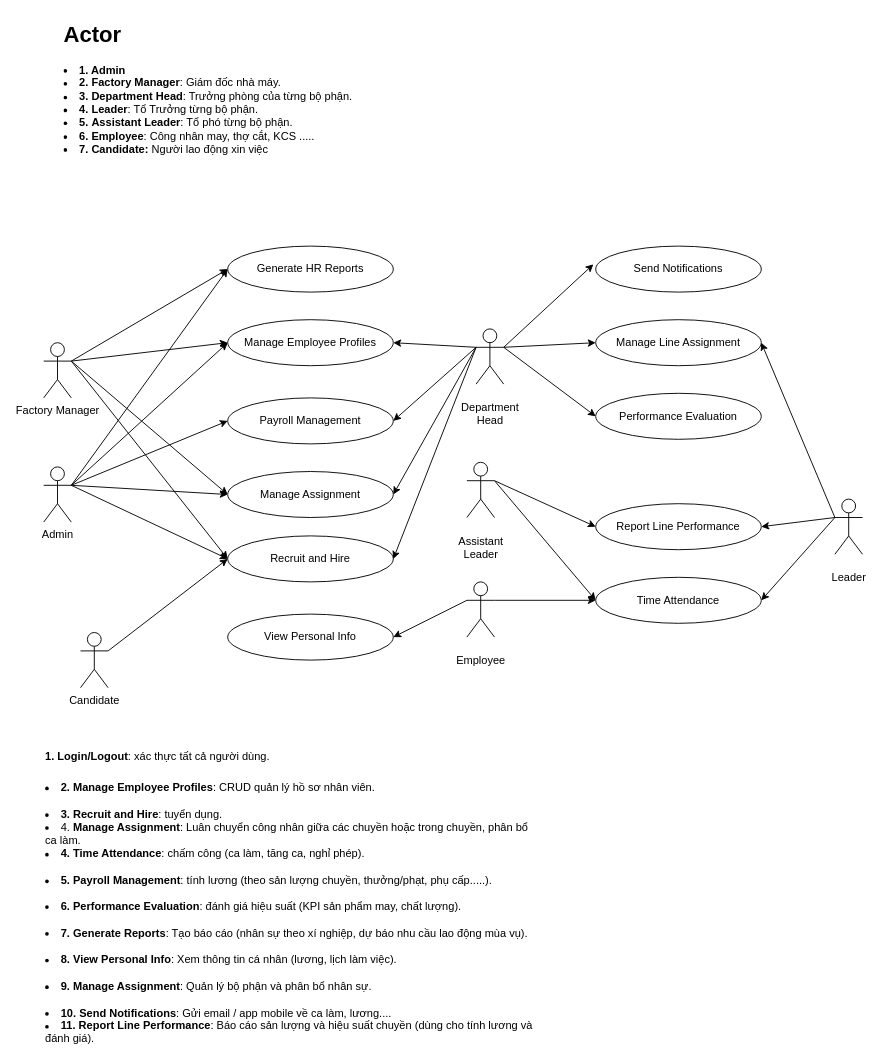
BuiCongTu/MayProHR keeps this draw.io diagram as MayProHR.drawio. Above is the earlier version. Source tidied: cells renumbered, new cells numbered last; positions are measured from the earlier drawing's top-left corner, leaving out a move shared by most shapes. Both pictures are drawn from the tidied source at 92%, with x=0, y=0 at pixel (43, 16).
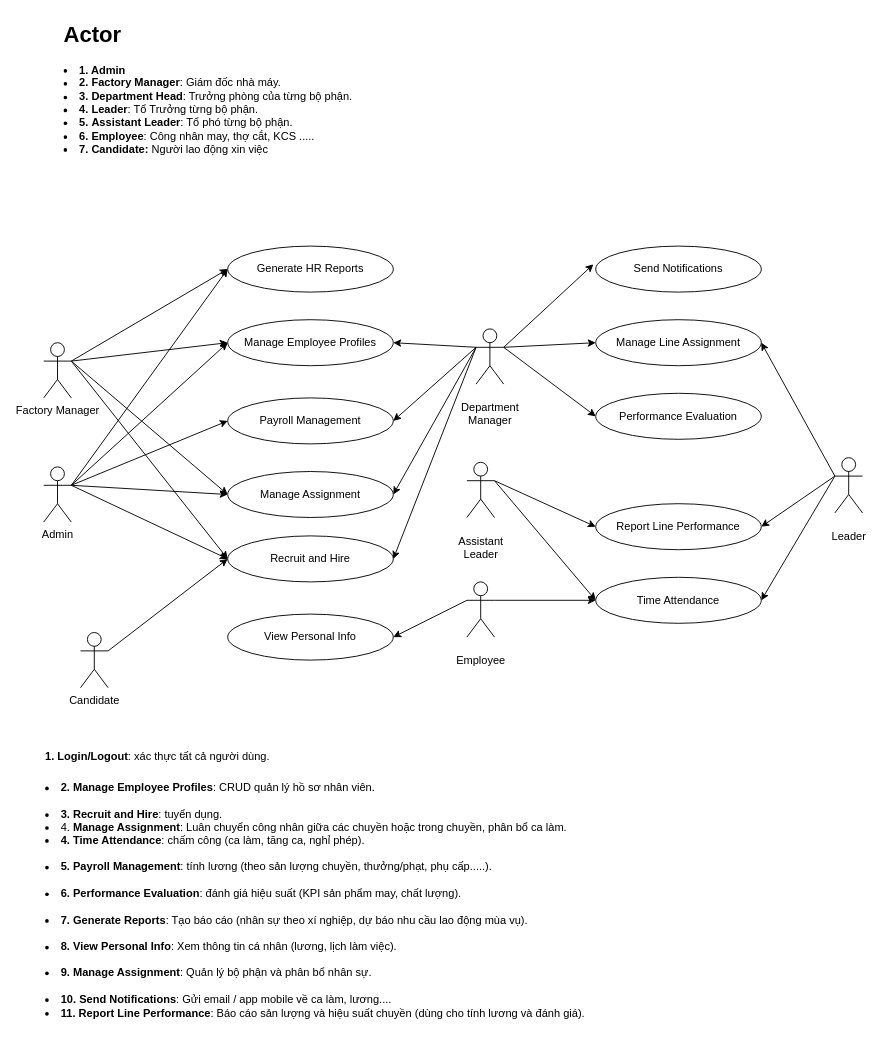
After the change.

Diff of the diagram source:
```diff
@@
-    <mxCell id="17" value="&lt;p style=&quot;white-space: pre-wrap;&quot; dir=&quot;auto&quot;&gt;Department Head&lt;/p&gt;" style="shape=umlActor;verticalLabelPosition=bottom;verticalAlign=top;html=1;outlineConnect=0;" parent="1" vertex="1">
+    <mxCell id="17" value="&lt;p style=&quot;white-space: pre-wrap;&quot; dir=&quot;auto&quot;&gt;Department Manager&lt;/p&gt;" style="shape=umlActor;verticalLabelPosition=bottom;verticalAlign=top;html=1;outlineConnect=0;" parent="1" vertex="1">
       <mxGeometry x="470" y="340" width="30" height="60" as="geometry" />
     </mxCell>
@@
     <mxCell id="21" value="&lt;h1 style=&quot;margin-top: 0px;&quot;&gt;&lt;strong style=&quot;background-color: transparent; color: light-dark(rgb(0, 0, 0), rgb(255, 255, 255)); font-size: 12px;&quot;&gt;1. Login/Logout&lt;/strong&gt;&lt;span style=&quot;background-color: transparent; color: light-dark(rgb(0, 0, 0), rgb(255, 255, 255)); font-size: 12px; font-weight: normal;&quot;&gt;: xác thực tất cả người dùng.&lt;/span&gt;&lt;/h1&gt;&lt;div&gt;&lt;li&gt;&lt;strong&gt;2. Manage Employee Profiles&lt;/strong&gt;: CRUD quản lý hồ sơ nhân viên.&lt;/li&gt;&lt;br&gt;&lt;li&gt;&lt;strong&gt;3. Recruit and Hire&lt;/strong&gt;: tuyển dụng.&lt;/li&gt;&lt;li&gt;4. &lt;b&gt;Manage Assignment&lt;/b&gt;: Luân chuyển công nhân giữa các chuyền hoặc trong chuyền, phân bổ ca làm.&lt;/li&gt;&lt;li&gt;&lt;strong&gt;4. Time Attendance&lt;/strong&gt;: chấm công (ca làm, tăng ca, nghỉ phép).&lt;/li&gt;&lt;br&gt;&lt;li&gt;&lt;strong&gt;5. Payroll Management&lt;/strong&gt;: tính lương (theo sản lượng chuyền, thưởng/phạt, phụ cấp.....).&lt;/li&gt;&lt;br&gt;&lt;li&gt;&lt;strong&gt;6. Performance Evaluation&lt;/strong&gt;: đánh giá hiệu suất (KPI sản phẩm may, chất lượng).&lt;/li&gt;&lt;br&gt;&lt;li&gt;&lt;strong&gt;7. Generate Reports&lt;/strong&gt;: Tạo báo cáo (nhân sự theo xí nghiệp, dự báo nhu cầu lao động mùa vụ).&lt;/li&gt;&lt;br&gt;&lt;li&gt;&lt;strong&gt;8. View Personal Info&lt;/strong&gt;: Xem thông tin cá nhân (lương, lịch làm việc).&lt;/li&gt;&lt;br&gt;&lt;li&gt;&lt;strong&gt;9. Manage Assignment&lt;/strong&gt;: Quản lý bộ phận và phân bổ nhân sự.&lt;/li&gt;&lt;br&gt;&lt;li&gt;&lt;strong&gt;10. Send Notifications&lt;/strong&gt;: Gửi email / app mobile về ca làm, lương....&lt;/li&gt;&lt;li&gt;&lt;b&gt;11.&amp;nbsp;&lt;/b&gt;&lt;strong style=&quot;background-color: transparent; color: light-dark(rgb(0, 0, 0), rgb(255, 255, 255));&quot;&gt;Report Line Performance&lt;/strong&gt;&lt;span style=&quot;background-color: transparent; color: light-dark(rgb(0, 0, 0), rgb(255, 255, 255));&quot;&gt;: Báo cáo sản lượng và hiệu suất chuyền (dùng cho tính lương và đánh giá).&lt;/span&gt;&lt;/li&gt;&lt;br/&gt;&lt;br/&gt;&lt;h4 dir=&quot;auto&quot;&gt;&lt;/h4&gt;&lt;/div&gt;" style="text;html=1;whiteSpace=wrap;overflow=hidden;rounded=0;" parent="1" vertex="1">
-      <mxGeometry y="780" width="540" height="340" as="geometry" />
+      <mxGeometry y="780" width="640" height="340" as="geometry" />
     </mxCell>
@@
     <mxCell id="30" value="&lt;p style=&quot;white-space: pre-wrap;&quot; dir=&quot;auto&quot;&gt;Leader&lt;/p&gt;" style="shape=umlActor;verticalLabelPosition=bottom;verticalAlign=top;html=1;outlineConnect=0;" parent="1" vertex="1">
-      <mxGeometry x="860" y="525" width="30" height="60" as="geometry" />
+      <mxGeometry x="860" y="480" width="30" height="60" as="geometry" />
     </mxCell>
```
